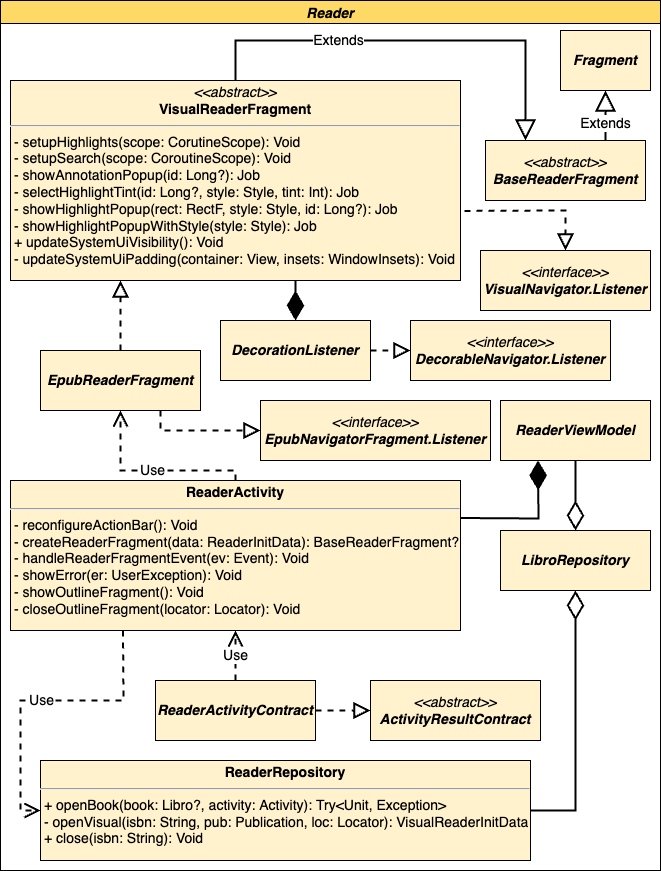
paganellif/tesi-paganelli keeps this draw.io diagram as img/tesi-2-Page-16.drawio.png. Above is the earlier version. Source tidied: cells renumbered, new cells last; positions are measured from the earlier drawing's top-left corner, leaving out a move shared by most shapes. Source of this version:
```xml
<mxGraphModel>
  <root>
    <mxCell id="0" />
    <mxCell id="1" parent="0" />
    <mxCell id="2" value="&lt;p style=&quot;margin: 4px 0px 0px; text-align: center; font-size: 14px;&quot;&gt;&lt;i style=&quot;font-size: 14px;&quot;&gt;&amp;lt;&amp;lt;abstract&amp;gt;&amp;gt;&lt;/i&gt;&lt;br style=&quot;font-size: 14px;&quot;&gt;&lt;b style=&quot;font-size: 14px;&quot;&gt;VisualReaderFragment&lt;/b&gt;&lt;/p&gt;&lt;hr style=&quot;font-size: 14px;&quot;&gt;&lt;p style=&quot;margin: 0px 0px 0px 4px; font-size: 14px;&quot;&gt;- setupHighlights(scope: CorutineScope): Void&lt;/p&gt;&lt;p style=&quot;margin: 0px 0px 0px 4px; font-size: 14px;&quot;&gt;- setupSearch(scope: CoroutineScope): Void&lt;/p&gt;&lt;p style=&quot;margin: 0px 0px 0px 4px; font-size: 14px;&quot;&gt;- showAnnotationPopup(id: Long?): Job&lt;/p&gt;&lt;p style=&quot;margin: 0px 0px 0px 4px; font-size: 14px;&quot;&gt;- selectHighlightTint(id: Long?, style: Style, tint: Int): Job&lt;/p&gt;&lt;p style=&quot;margin: 0px 0px 0px 4px; font-size: 14px;&quot;&gt;- showHighlightPopup(rect: RectF, style: Style, id: Long?): Job&lt;/p&gt;&lt;p style=&quot;margin: 0px 0px 0px 4px; font-size: 14px;&quot;&gt;- showHighlightPopupWithStyle(style: Style): Job&lt;/p&gt;&lt;p style=&quot;margin: 0px 0px 0px 4px; font-size: 14px;&quot;&gt;+ updateSystemUiVisibility(): Void&lt;/p&gt;&lt;p style=&quot;margin: 0px 0px 0px 4px; font-size: 14px;&quot;&gt;-&amp;nbsp;updateSystemUiPadding(container: View, insets: WindowInsets): Void&lt;/p&gt;" style="verticalAlign=top;align=left;overflow=fill;fontSize=14;fontFamily=Helvetica;html=1;fillColor=#FFF2CC;strokeWidth=1;" parent="1" vertex="1">
      <mxGeometry x="10" y="80" width="450" height="200" as="geometry" />
    </mxCell>
    <mxCell id="3" value="Extends" style="endArrow=block;endSize=16;endFill=0;html=1;rounded=0;fontSize=14;exitX=0.5;exitY=0;exitDx=0;exitDy=0;entryX=0.25;entryY=0;entryDx=0;entryDy=0;strokeWidth=2;" parent="1" edge="1" source="2">
      <mxGeometry x="-0.33" relative="1" as="geometry">
        <mxPoint x="525" y="140" as="targetPoint" />
        <Array as="points">
          <mxPoint x="235" y="40" />
          <mxPoint x="525" y="40" />
        </Array>
      </mxGeometry>
    </mxCell>
    <mxCell id="4" value="&lt;span style=&quot;font-size: 14px;&quot;&gt;&lt;span style=&quot;font-size: 14px;&quot;&gt;&lt;i&gt;&amp;lt;&amp;lt;interface&amp;gt;&amp;gt;&lt;/i&gt;&lt;br&gt;&lt;b style=&quot;font-style: italic;&quot;&gt;VisualNavigator.Listener&lt;/b&gt;&lt;/span&gt;&lt;/span&gt;" style="rounded=0;whiteSpace=wrap;html=1;fontSize=14;strokeColor=#000000;fillColor=#FFF2CC;" parent="1" vertex="1">
      <mxGeometry x="480" y="250" width="170" height="60" as="geometry" />
    </mxCell>
    <mxCell id="5" style="endArrow=block;dashed=1;endFill=0;endSize=12;html=1;rounded=0;fontSize=14;entryX=0.5;entryY=0;entryDx=0;entryDy=0;exitX=1.009;exitY=0.652;exitDx=0;exitDy=0;strokeWidth=2;exitPerimeter=0;" parent="1" edge="1" source="2" target="4">
      <mxGeometry relative="1" as="geometry">
        <Array as="points">
          <mxPoint x="565" y="210" />
        </Array>
      </mxGeometry>
    </mxCell>
    <mxCell id="6" value="&lt;span style=&quot;font-size: 14px;&quot;&gt;&lt;span style=&quot;font-size: 14px;&quot;&gt;&lt;b style=&quot;font-style: italic;&quot;&gt;DecorationListener&lt;/b&gt;&lt;/span&gt;&lt;/span&gt;" style="rounded=0;whiteSpace=wrap;html=1;fontSize=14;strokeColor=#000000;fillColor=#FFF2CC;" parent="1" vertex="1">
      <mxGeometry x="220" y="320" width="150" height="60" as="geometry" />
    </mxCell>
    <mxCell id="7" style="endArrow=diamondThin;endFill=1;endSize=24;html=1;rounded=0;fontSize=14;entryX=0.5;entryY=0;entryDx=0;entryDy=0;strokeWidth=2;" parent="1" edge="1" target="6">
      <mxGeometry relative="1" as="geometry">
        <mxPoint x="295" y="280" as="sourcePoint" />
      </mxGeometry>
    </mxCell>
    <mxCell id="8" value="&lt;span style=&quot;font-size: 14px;&quot;&gt;&lt;span style=&quot;font-size: 14px;&quot;&gt;&lt;i&gt;&amp;lt;&amp;lt;interface&amp;gt;&amp;gt;&lt;/i&gt;&lt;br&gt;&lt;b style=&quot;font-style: italic;&quot;&gt;DecorableNavigator.Listener&lt;/b&gt;&lt;/span&gt;&lt;/span&gt;" style="rounded=0;whiteSpace=wrap;html=1;fontSize=14;strokeColor=#000000;fillColor=#FFF2CC;" parent="1" vertex="1">
      <mxGeometry x="410" y="320" width="200" height="60" as="geometry" />
    </mxCell>
    <mxCell id="9" style="endArrow=block;dashed=1;endFill=0;endSize=12;html=1;rounded=0;fontSize=14;entryX=0;entryY=0.5;entryDx=0;entryDy=0;strokeWidth=2;" parent="1" edge="1" source="6" target="8">
      <mxGeometry relative="1" as="geometry" />
    </mxCell>
    <mxCell id="10" value="&lt;span style=&quot;font-size: 14px;&quot;&gt;&lt;span style=&quot;font-size: 14px;&quot;&gt;&lt;b style=&quot;font-style: italic;&quot;&gt;EpubReaderFragment&lt;/b&gt;&lt;/span&gt;&lt;/span&gt;" style="rounded=0;whiteSpace=wrap;html=1;fontSize=14;strokeColor=#000000;fillColor=#FFF2CC;" parent="1" vertex="1">
      <mxGeometry x="40" y="350" width="160" height="60" as="geometry" />
    </mxCell>
    <mxCell id="11" style="endArrow=block;dashed=1;endFill=0;endSize=12;html=1;rounded=0;fontSize=14;exitX=0.5;exitY=0;exitDx=0;exitDy=0;strokeWidth=2;" parent="1" edge="1" source="10">
      <mxGeometry relative="1" as="geometry">
        <mxPoint x="120" y="280" as="targetPoint" />
      </mxGeometry>
    </mxCell>
    <mxCell id="12" value="&lt;span style=&quot;font-size: 14px;&quot;&gt;&lt;span style=&quot;font-size: 14px;&quot;&gt;&lt;i&gt;&amp;lt;&amp;lt;interface&amp;gt;&amp;gt;&lt;/i&gt;&lt;br&gt;&lt;b style=&quot;font-style: italic;&quot;&gt;EpubNavigatorFragment.Listener&lt;/b&gt;&lt;/span&gt;&lt;/span&gt;" style="rounded=0;whiteSpace=wrap;html=1;fontSize=14;strokeColor=#000000;fillColor=#FFF2CC;" parent="1" vertex="1">
      <mxGeometry x="260" y="400" width="230" height="60" as="geometry" />
    </mxCell>
    <mxCell id="13" style="endArrow=block;dashed=1;endFill=0;endSize=12;html=1;rounded=0;fontSize=14;entryX=0;entryY=0.5;entryDx=0;entryDy=0;strokeWidth=2;exitX=0.75;exitY=1;exitDx=0;exitDy=0;" parent="1" edge="1" source="10" target="12">
      <mxGeometry relative="1" as="geometry">
        <Array as="points">
          <mxPoint x="160" y="430" />
        </Array>
      </mxGeometry>
    </mxCell>
    <mxCell id="14" value="&lt;p style=&quot;margin: 4px 0px 0px; text-align: center; font-size: 14px;&quot;&gt;&lt;b style=&quot;font-size: 14px;&quot;&gt;ReaderActivity&lt;/b&gt;&lt;/p&gt;&lt;hr style=&quot;font-size: 14px;&quot;&gt;&lt;p style=&quot;margin: 0px 0px 0px 4px; font-size: 14px;&quot;&gt;- reconfigureActionBar(): Void&lt;/p&gt;&lt;p style=&quot;margin: 0px 0px 0px 4px; font-size: 14px;&quot;&gt;- createReaderFragment(data: ReaderInitData): BaseReaderFragment?&lt;/p&gt;&lt;p style=&quot;margin: 0px 0px 0px 4px; font-size: 14px;&quot;&gt;- handleReaderFragmentEvent(ev: Event): Void&lt;/p&gt;&lt;p style=&quot;margin: 0px 0px 0px 4px; font-size: 14px;&quot;&gt;- showError(er: UserException): Void&lt;/p&gt;&lt;p style=&quot;margin: 0px 0px 0px 4px; font-size: 14px;&quot;&gt;- showOutlineFragment(): Void&lt;/p&gt;&lt;p style=&quot;margin: 0px 0px 0px 4px; font-size: 14px;&quot;&gt;- closeOutlineFragment(locator: Locator): Void&lt;/p&gt;&lt;p style=&quot;margin: 0px 0px 0px 4px; font-size: 14px;&quot;&gt;&lt;br&gt;&lt;/p&gt;" style="verticalAlign=top;align=left;overflow=fill;fontSize=14;fontFamily=Helvetica;html=1;fillColor=#FFF2CC;strokeWidth=1;" parent="1" vertex="1">
      <mxGeometry x="10" y="480" width="450" height="150" as="geometry" />
    </mxCell>
    <mxCell id="15" value="Use" style="endArrow=open;endSize=12;dashed=1;html=1;rounded=0;fontSize=14;entryX=0.5;entryY=1;entryDx=0;entryDy=0;exitX=0.5;exitY=0;exitDx=0;exitDy=0;strokeWidth=2;" parent="1" edge="1" source="14" target="10">
      <mxGeometry relative="1" as="geometry">
        <Array as="points">
          <mxPoint x="235" y="470" />
          <mxPoint x="120" y="470" />
        </Array>
      </mxGeometry>
    </mxCell>
    <mxCell id="16" value="&lt;span style=&quot;font-size: 14px;&quot;&gt;&lt;span style=&quot;font-size: 14px;&quot;&gt;&lt;b style=&quot;font-style: italic;&quot;&gt;ReaderActivityContract&lt;/b&gt;&lt;/span&gt;&lt;/span&gt;" style="rounded=0;whiteSpace=wrap;html=1;fontSize=14;strokeColor=#000000;fillColor=#FFF2CC;" parent="1" vertex="1">
      <mxGeometry x="155" y="680" width="160" height="60" as="geometry" />
    </mxCell>
    <mxCell id="17" value="&lt;span style=&quot;font-size: 14px;&quot;&gt;&lt;span style=&quot;font-size: 14px;&quot;&gt;&lt;i&gt;&amp;lt;&amp;lt;abstract&amp;gt;&amp;gt;&lt;/i&gt;&lt;br&gt;&lt;b&gt;&lt;i&gt;ActivityResultContract&lt;/i&gt;&lt;/b&gt;&lt;br&gt;&lt;/span&gt;&lt;/span&gt;" style="rounded=0;whiteSpace=wrap;html=1;fontSize=14;strokeColor=#000000;fillColor=#FFF2CC;" parent="1" vertex="1">
      <mxGeometry x="370" y="680" width="170" height="60" as="geometry" />
    </mxCell>
    <mxCell id="18" style="endArrow=block;dashed=1;endFill=0;endSize=12;html=1;rounded=0;fontSize=14;entryX=0;entryY=0.5;entryDx=0;entryDy=0;strokeWidth=2;" parent="1" edge="1" source="16" target="17">
      <mxGeometry relative="1" as="geometry" />
    </mxCell>
    <mxCell id="19" value="Use" style="endArrow=open;endSize=12;dashed=1;html=1;rounded=0;fontSize=14;exitX=0.5;exitY=0;exitDx=0;exitDy=0;strokeWidth=2;entryX=0.5;entryY=1;entryDx=0;entryDy=0;" parent="1" edge="1" source="16" target="14">
      <mxGeometry relative="1" as="geometry" />
    </mxCell>
    <mxCell id="20" value="&lt;span style=&quot;font-size: 14px;&quot;&gt;&lt;span style=&quot;font-size: 14px;&quot;&gt;&lt;b style=&quot;font-style: italic;&quot;&gt;ReaderViewModel&lt;/b&gt;&lt;/span&gt;&lt;/span&gt;" style="rounded=0;whiteSpace=wrap;html=1;fontSize=14;strokeColor=#000000;fillColor=#FFF2CC;" parent="1" vertex="1">
      <mxGeometry x="500" y="400" width="150" height="60" as="geometry" />
    </mxCell>
    <mxCell id="21" style="endArrow=diamondThin;endFill=1;endSize=24;html=1;rounded=0;fontSize=14;entryX=0.25;entryY=1;entryDx=0;entryDy=0;strokeWidth=2;exitX=1;exitY=0.25;exitDx=0;exitDy=0;" parent="1" edge="1" source="14" target="20">
      <mxGeometry relative="1" as="geometry">
        <Array as="points">
          <mxPoint x="538" y="518" />
        </Array>
      </mxGeometry>
    </mxCell>
    <mxCell id="22" value="&lt;span style=&quot;font-size: 14px;&quot;&gt;&lt;span style=&quot;font-size: 14px;&quot;&gt;&lt;b style=&quot;font-style: italic;&quot;&gt;LibroRepository&lt;/b&gt;&lt;/span&gt;&lt;/span&gt;" style="rounded=0;whiteSpace=wrap;html=1;fontSize=14;strokeColor=#000000;fillColor=#FFF2CC;" parent="1" vertex="1">
      <mxGeometry x="500" y="530" width="150" height="60" as="geometry" />
    </mxCell>
    <mxCell id="23" value="&lt;p style=&quot;margin: 4px 0px 0px; text-align: center; font-size: 14px;&quot;&gt;&lt;b style=&quot;font-size: 14px;&quot;&gt;ReaderRepository&lt;/b&gt;&lt;/p&gt;&lt;hr style=&quot;font-size: 14px;&quot;&gt;&lt;p style=&quot;margin: 0px 0px 0px 4px; font-size: 14px;&quot;&gt;+ openBook(book: Libro?, activity: Activity): Try&amp;lt;Unit, Exception&amp;gt;&lt;/p&gt;&lt;p style=&quot;margin: 0px 0px 0px 4px; font-size: 14px;&quot;&gt;- openVisual(isbn: String, pub: Publication, loc: Locator): VisualReaderInitData&lt;/p&gt;&lt;p style=&quot;margin: 0px 0px 0px 4px; font-size: 14px;&quot;&gt;+ close(isbn: String): Void&lt;/p&gt;&lt;p style=&quot;margin: 0px 0px 0px 4px; font-size: 14px;&quot;&gt;&lt;br&gt;&lt;/p&gt;" style="verticalAlign=top;align=left;overflow=fill;fontSize=14;fontFamily=Helvetica;html=1;fillColor=#FFF2CC;strokeWidth=1;" parent="1" vertex="1">
      <mxGeometry x="40" y="760" width="490" height="100" as="geometry" />
    </mxCell>
    <mxCell id="24" style="endArrow=diamondThin;endFill=0;endSize=24;html=1;rounded=0;strokeWidth=2;fontSize=14;exitX=0.5;exitY=1;exitDx=0;exitDy=0;" parent="1" edge="1" source="20" target="22">
      <mxGeometry relative="1" as="geometry" />
    </mxCell>
    <mxCell id="25" style="endArrow=diamondThin;endFill=0;endSize=24;html=1;rounded=0;strokeWidth=2;fontSize=14;entryX=0.5;entryY=1;entryDx=0;entryDy=0;exitX=1;exitY=0.5;exitDx=0;exitDy=0;" parent="1" edge="1" source="23" target="22">
      <mxGeometry relative="1" as="geometry">
        <Array as="points">
          <mxPoint x="575" y="810" />
        </Array>
      </mxGeometry>
    </mxCell>
    <mxCell id="26" value="Use" style="endArrow=open;endSize=12;dashed=1;html=1;rounded=0;fontSize=14;exitX=0.25;exitY=1;exitDx=0;exitDy=0;strokeWidth=2;" parent="1" edge="1" source="14">
      <mxGeometry relative="1" as="geometry">
        <mxPoint x="40" y="810" as="targetPoint" />
        <Array as="points">
          <mxPoint x="123" y="700" />
          <mxPoint x="20" y="700" />
          <mxPoint x="20" y="810" />
        </Array>
      </mxGeometry>
    </mxCell>
    <mxCell id="27" value="&lt;span style=&quot;font-size: 14px;&quot;&gt;&lt;span style=&quot;font-size: 14px;&quot;&gt;&lt;i&gt;&amp;lt;&amp;lt;abstract&amp;gt;&amp;gt;&lt;/i&gt;&lt;br&gt;&lt;b style=&quot;font-style: italic;&quot;&gt;BaseReaderFragment&lt;/b&gt;&lt;/span&gt;&lt;/span&gt;" style="rounded=0;whiteSpace=wrap;html=1;fontSize=14;strokeColor=#000000;fillColor=#FFF2CC;" parent="1" vertex="1">
      <mxGeometry x="485" y="140" width="160" height="60" as="geometry" />
    </mxCell>
    <mxCell id="28" value="&lt;span style=&quot;font-size: 14px;&quot;&gt;&lt;span style=&quot;font-size: 14px;&quot;&gt;&lt;b style=&quot;font-style: italic;&quot;&gt;Fragment&lt;/b&gt;&lt;/span&gt;&lt;/span&gt;" style="rounded=0;whiteSpace=wrap;html=1;fontSize=14;strokeColor=#000000;fillColor=#FFF2CC;" parent="1" vertex="1">
      <mxGeometry x="560" y="30" width="90" height="60" as="geometry" />
    </mxCell>
    <mxCell id="29" value="Extends" style="endArrow=block;endSize=16;endFill=0;html=1;rounded=0;fontSize=14;exitX=0.75;exitY=0;exitDx=0;exitDy=0;entryX=0.5;entryY=1;entryDx=0;entryDy=0;strokeWidth=2;" parent="1" edge="1" source="27" target="28">
      <mxGeometry x="-0.33" relative="1" as="geometry" />
    </mxCell>
    <mxCell id="30" value="Reader" style="swimlane;fillColor=#FFD966;fontSize=14;fontStyle=3;" parent="1" vertex="1">
      <mxGeometry width="660" height="870" as="geometry" />
    </mxCell>
  </root>
</mxGraphModel>
```
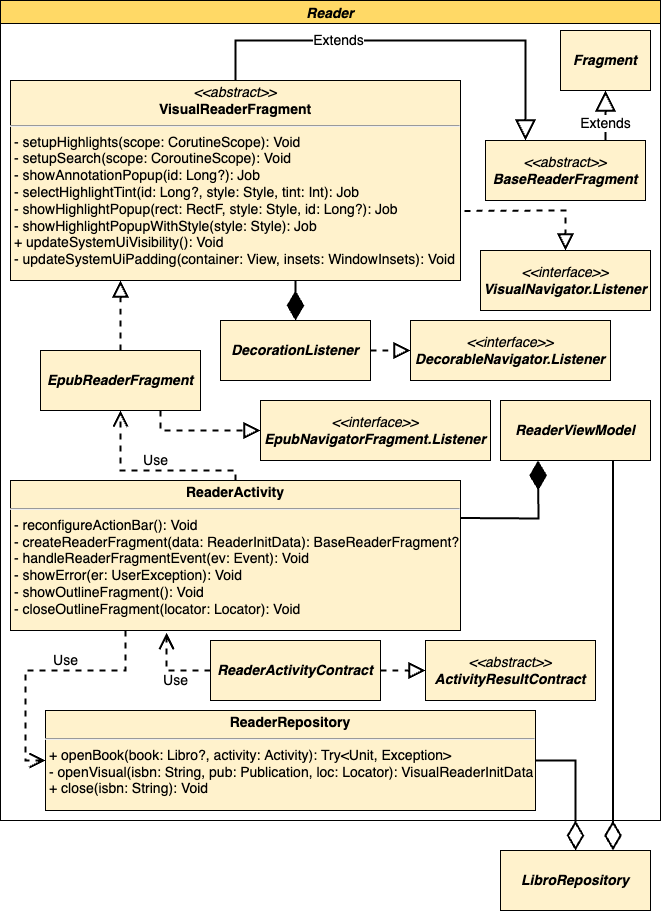
The same diagram one commit later.

Diff of the diagram source:
```diff
@@ -60,24 +60,19 @@
       <mxGeometry x="10" y="480" width="450" height="150" as="geometry" />
     </mxCell>
     <mxCell id="15" value="Use" style="endArrow=open;endSize=12;dashed=1;html=1;rounded=0;fontSize=14;entryX=0.5;entryY=1;entryDx=0;entryDy=0;exitX=0.5;exitY=0;exitDx=0;exitDy=0;strokeWidth=2;" parent="1" edge="1" source="14" target="10">
-      <mxGeometry relative="1" as="geometry">
+      <mxGeometry x="-0.03" y="-10" relative="1" as="geometry">
         <Array as="points">
           <mxPoint x="235" y="470" />
           <mxPoint x="120" y="470" />
         </Array>
       </mxGeometry>
     </mxCell>
-    <mxCell id="16" value="&lt;span style=&quot;font-size: 14px;&quot;&gt;&lt;span style=&quot;font-size: 14px;&quot;&gt;&lt;b style=&quot;font-style: italic;&quot;&gt;ReaderActivityContract&lt;/b&gt;&lt;/span&gt;&lt;/span&gt;" style="rounded=0;whiteSpace=wrap;html=1;fontSize=14;strokeColor=#000000;fillColor=#FFF2CC;" parent="1" vertex="1">
-      <mxGeometry x="155" y="680" width="160" height="60" as="geometry" />
-    </mxCell>
-    <mxCell id="17" value="&lt;span style=&quot;font-size: 14px;&quot;&gt;&lt;span style=&quot;font-size: 14px;&quot;&gt;&lt;i&gt;&amp;lt;&amp;lt;abstract&amp;gt;&amp;gt;&lt;/i&gt;&lt;br&gt;&lt;b&gt;&lt;i&gt;ActivityResultContract&lt;/i&gt;&lt;/b&gt;&lt;br&gt;&lt;/span&gt;&lt;/span&gt;" style="rounded=0;whiteSpace=wrap;html=1;fontSize=14;strokeColor=#000000;fillColor=#FFF2CC;" parent="1" vertex="1">
-      <mxGeometry x="370" y="680" width="170" height="60" as="geometry" />
-    </mxCell>
-    <mxCell id="18" style="endArrow=block;dashed=1;endFill=0;endSize=12;html=1;rounded=0;fontSize=14;entryX=0;entryY=0.5;entryDx=0;entryDy=0;strokeWidth=2;" parent="1" edge="1" source="16" target="17">
-      <mxGeometry relative="1" as="geometry" />
-    </mxCell>
-    <mxCell id="19" value="Use" style="endArrow=open;endSize=12;dashed=1;html=1;rounded=0;fontSize=14;exitX=0.5;exitY=0;exitDx=0;exitDy=0;strokeWidth=2;entryX=0.5;entryY=1;entryDx=0;entryDy=0;" parent="1" edge="1" source="16" target="14">
-      <mxGeometry relative="1" as="geometry" />
+    <mxCell id="19" value="Use" style="endArrow=open;endSize=12;dashed=1;html=1;rounded=0;fontSize=14;exitX=0;exitY=0.5;exitDx=0;exitDy=0;strokeWidth=2;entryX=0.347;entryY=1.016;entryDx=0;entryDy=0;entryPerimeter=0;" parent="1" edge="1" source="16" target="14">
+      <mxGeometry x="-0.14" y="10" relative="1" as="geometry">
+        <Array as="points">
+          <mxPoint x="166" y="670" />
+        </Array>
+      </mxGeometry>
     </mxCell>
     <mxCell id="20" value="&lt;span style=&quot;font-size: 14px;&quot;&gt;&lt;span style=&quot;font-size: 14px;&quot;&gt;&lt;b style=&quot;font-style: italic;&quot;&gt;ReaderViewModel&lt;/b&gt;&lt;/span&gt;&lt;/span&gt;" style="rounded=0;whiteSpace=wrap;html=1;fontSize=14;strokeColor=#000000;fillColor=#FFF2CC;" parent="1" vertex="1">
       <mxGeometry x="500" y="400" width="150" height="60" as="geometry" />
@@ -90,28 +85,25 @@
       </mxGeometry>
     </mxCell>
     <mxCell id="22" value="&lt;span style=&quot;font-size: 14px;&quot;&gt;&lt;span style=&quot;font-size: 14px;&quot;&gt;&lt;b style=&quot;font-style: italic;&quot;&gt;LibroRepository&lt;/b&gt;&lt;/span&gt;&lt;/span&gt;" style="rounded=0;whiteSpace=wrap;html=1;fontSize=14;strokeColor=#000000;fillColor=#FFF2CC;" parent="1" vertex="1">
-      <mxGeometry x="500" y="530" width="150" height="60" as="geometry" />
+      <mxGeometry x="500" y="850" width="150" height="60" as="geometry" />
     </mxCell>
-    <mxCell id="23" value="&lt;p style=&quot;margin: 4px 0px 0px; text-align: center; font-size: 14px;&quot;&gt;&lt;b style=&quot;font-size: 14px;&quot;&gt;ReaderRepository&lt;/b&gt;&lt;/p&gt;&lt;hr style=&quot;font-size: 14px;&quot;&gt;&lt;p style=&quot;margin: 0px 0px 0px 4px; font-size: 14px;&quot;&gt;+ openBook(book: Libro?, activity: Activity): Try&amp;lt;Unit, Exception&amp;gt;&lt;/p&gt;&lt;p style=&quot;margin: 0px 0px 0px 4px; font-size: 14px;&quot;&gt;- openVisual(isbn: String, pub: Publication, loc: Locator): VisualReaderInitData&lt;/p&gt;&lt;p style=&quot;margin: 0px 0px 0px 4px; font-size: 14px;&quot;&gt;+ close(isbn: String): Void&lt;/p&gt;&lt;p style=&quot;margin: 0px 0px 0px 4px; font-size: 14px;&quot;&gt;&lt;br&gt;&lt;/p&gt;" style="verticalAlign=top;align=left;overflow=fill;fontSize=14;fontFamily=Helvetica;html=1;fillColor=#FFF2CC;strokeWidth=1;" parent="1" vertex="1">
-      <mxGeometry x="40" y="760" width="490" height="100" as="geometry" />
-    </mxCell>
-    <mxCell id="24" style="endArrow=diamondThin;endFill=0;endSize=24;html=1;rounded=0;strokeWidth=2;fontSize=14;exitX=0.5;exitY=1;exitDx=0;exitDy=0;" parent="1" edge="1" source="20" target="22">
+    <mxCell id="24" style="endArrow=diamondThin;endFill=0;endSize=24;html=1;rounded=0;strokeWidth=2;fontSize=14;exitX=0.75;exitY=1;exitDx=0;exitDy=0;entryX=0.75;entryY=0;entryDx=0;entryDy=0;" parent="1" edge="1" source="20" target="22">
       <mxGeometry relative="1" as="geometry" />
     </mxCell>
-    <mxCell id="25" style="endArrow=diamondThin;endFill=0;endSize=24;html=1;rounded=0;strokeWidth=2;fontSize=14;entryX=0.5;entryY=1;entryDx=0;entryDy=0;exitX=1;exitY=0.5;exitDx=0;exitDy=0;" parent="1" edge="1" source="23" target="22">
+    <mxCell id="25" style="endArrow=diamondThin;endFill=0;endSize=24;html=1;rounded=0;strokeWidth=2;fontSize=14;entryX=0.5;entryY=0;entryDx=0;entryDy=0;exitX=1;exitY=0.5;exitDx=0;exitDy=0;" parent="1" edge="1" source="23" target="22">
       <mxGeometry relative="1" as="geometry">
         <Array as="points">
-          <mxPoint x="575" y="810" />
+          <mxPoint x="575" y="760" />
         </Array>
       </mxGeometry>
     </mxCell>
-    <mxCell id="26" value="Use" style="endArrow=open;endSize=12;dashed=1;html=1;rounded=0;fontSize=14;exitX=0.25;exitY=1;exitDx=0;exitDy=0;strokeWidth=2;" parent="1" edge="1" source="14">
-      <mxGeometry relative="1" as="geometry">
-        <mxPoint x="40" y="810" as="targetPoint" />
+    <mxCell id="26" value="Use" style="endArrow=open;endSize=12;dashed=1;html=1;rounded=0;fontSize=14;strokeWidth=2;entryX=0;entryY=0.5;entryDx=0;entryDy=0;" parent="1" edge="1" target="23">
+      <mxGeometry x="-0.2" y="-10" relative="1" as="geometry">
+        <mxPoint x="125" y="630" as="sourcePoint" />
         <Array as="points">
-          <mxPoint x="123" y="700" />
-          <mxPoint x="20" y="700" />
-          <mxPoint x="20" y="810" />
+          <mxPoint x="125" y="670" />
+          <mxPoint x="25" y="670" />
+          <mxPoint x="25" y="760" />
         </Array>
       </mxGeometry>
     </mxCell>
@@ -125,7 +117,19 @@
       <mxGeometry x="-0.33" relative="1" as="geometry" />
     </mxCell>
     <mxCell id="30" value="Reader" style="swimlane;fillColor=#FFD966;fontSize=14;fontStyle=3;" parent="1" vertex="1">
-      <mxGeometry width="660" height="870" as="geometry" />
+      <mxGeometry width="660" height="820" as="geometry" />
     </mxCell>
+    <mxCell id="17" value="&lt;span style=&quot;font-size: 14px;&quot;&gt;&lt;span style=&quot;font-size: 14px;&quot;&gt;&lt;i&gt;&amp;lt;&amp;lt;abstract&amp;gt;&amp;gt;&lt;/i&gt;&lt;br&gt;&lt;b&gt;&lt;i&gt;ActivityResultContract&lt;/i&gt;&lt;/b&gt;&lt;br&gt;&lt;/span&gt;&lt;/span&gt;" style="rounded=0;whiteSpace=wrap;html=1;fontSize=14;strokeColor=#000000;fillColor=#FFF2CC;" parent="30" vertex="1">
+      <mxGeometry x="425" y="640" width="170" height="60" as="geometry" />
+    </mxCell>
+    <mxCell id="16" value="&lt;span style=&quot;font-size: 14px;&quot;&gt;&lt;span style=&quot;font-size: 14px;&quot;&gt;&lt;b style=&quot;font-style: italic;&quot;&gt;ReaderActivityContract&lt;/b&gt;&lt;/span&gt;&lt;/span&gt;" style="rounded=0;whiteSpace=wrap;html=1;fontSize=14;strokeColor=#000000;fillColor=#FFF2CC;" parent="30" vertex="1">
+      <mxGeometry x="210" y="640" width="170" height="60" as="geometry" />
+    </mxCell>
+    <mxCell id="18" style="endArrow=block;dashed=1;endFill=0;endSize=12;html=1;rounded=0;fontSize=14;entryX=0;entryY=0.5;entryDx=0;entryDy=0;strokeWidth=2;" parent="30" edge="1" source="16" target="17">
+      <mxGeometry relative="1" as="geometry" />
+    </mxCell>
+    <mxCell id="23" value="&lt;p style=&quot;margin: 4px 0px 0px; text-align: center; font-size: 14px;&quot;&gt;&lt;b style=&quot;font-size: 14px;&quot;&gt;ReaderRepository&lt;/b&gt;&lt;/p&gt;&lt;hr style=&quot;font-size: 14px;&quot;&gt;&lt;p style=&quot;margin: 0px 0px 0px 4px; font-size: 14px;&quot;&gt;+ openBook(book: Libro?, activity: Activity): Try&amp;lt;Unit, Exception&amp;gt;&lt;/p&gt;&lt;p style=&quot;margin: 0px 0px 0px 4px; font-size: 14px;&quot;&gt;- openVisual(isbn: String, pub: Publication, loc: Locator): VisualReaderInitData&lt;/p&gt;&lt;p style=&quot;margin: 0px 0px 0px 4px; font-size: 14px;&quot;&gt;+ close(isbn: String): Void&lt;/p&gt;&lt;p style=&quot;margin: 0px 0px 0px 4px; font-size: 14px;&quot;&gt;&lt;br&gt;&lt;/p&gt;" style="verticalAlign=top;align=left;overflow=fill;fontSize=14;fontFamily=Helvetica;html=1;fillColor=#FFF2CC;strokeWidth=1;" parent="30" vertex="1">
+      <mxGeometry x="45" y="710" width="490" height="100" as="geometry" />
+    </mxCell>
   </root>
 </mxGraphModel>
```
